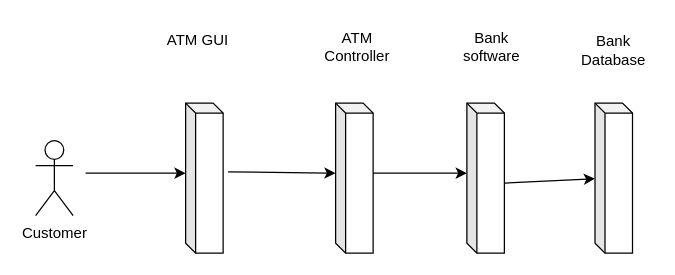
Earlier version of the draw.io diagram ArchitecturalDesign.drawio (benjamin-carpenter/Image-repo). Source tidied: cells renumbered, new cells numbered last; positions are measured from the earlier drawing's top-left corner, leaving out a move shared by most shapes. Both pictures are drawn from the tidied source at 125%, with x=0, y=0 at pixel (35, 21).
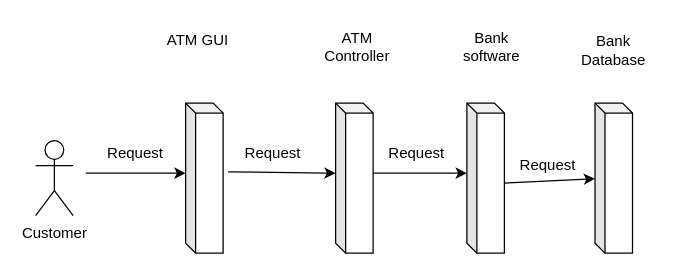
The same diagram, later.

What changed in the source:
```diff
@@
+    <mxCell id="15" value="Request" style="text;html=1;strokeColor=none;fillColor=none;align=center;verticalAlign=middle;whiteSpace=wrap;rounded=0;" parent="1" vertex="1">
+      <mxGeometry x="60" y="95" width="40" height="20" as="geometry" />
+    </mxCell>
+    <mxCell id="16" value="Request" style="text;html=1;strokeColor=none;fillColor=none;align=center;verticalAlign=middle;whiteSpace=wrap;rounded=0;" parent="1" vertex="1">
+      <mxGeometry x="170" y="95" width="40" height="20" as="geometry" />
+    </mxCell>
+    <mxCell id="17" value="Request" style="text;html=1;strokeColor=none;fillColor=none;align=center;verticalAlign=middle;whiteSpace=wrap;rounded=0;" parent="1" vertex="1">
+      <mxGeometry x="285" y="95" width="40" height="20" as="geometry" />
+    </mxCell>
+    <mxCell id="18" value="Request" style="text;html=1;strokeColor=none;fillColor=none;align=center;verticalAlign=middle;whiteSpace=wrap;rounded=0;" parent="1" vertex="1">
+      <mxGeometry x="390" y="105" width="40" height="20" as="geometry" />
+    </mxCell>
```
